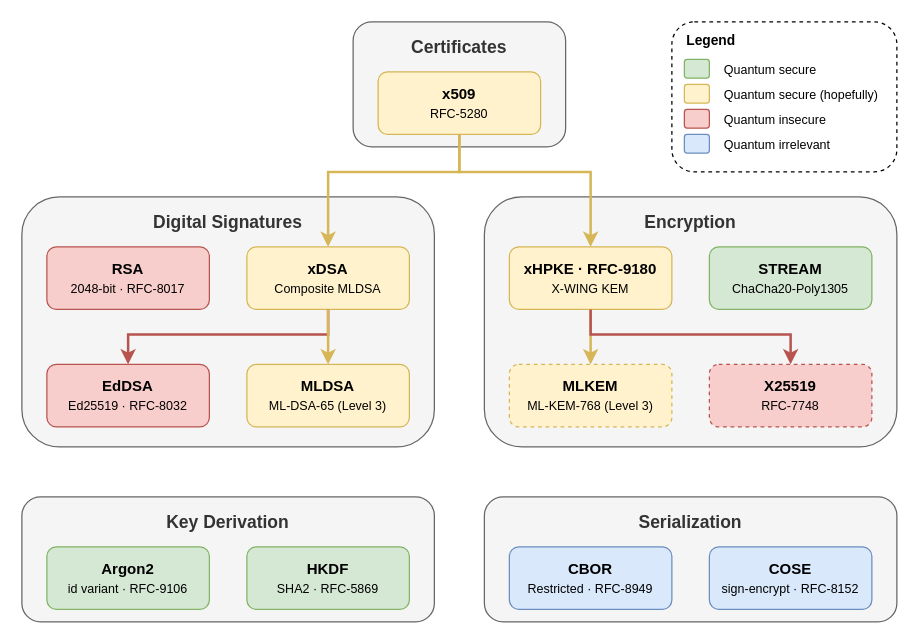
The draw.io diagram docs/overview.drawio in dark-bio/crypto-rs, before the edit. Source tidied: cells renumbered, new cells numbered last; positions are measured from the earlier drawing's top-left corner, leaving out a move shared by most shapes. Both pictures are drawn from the tidied source at 125%, with x=0, y=0 at pixel (21, 21).
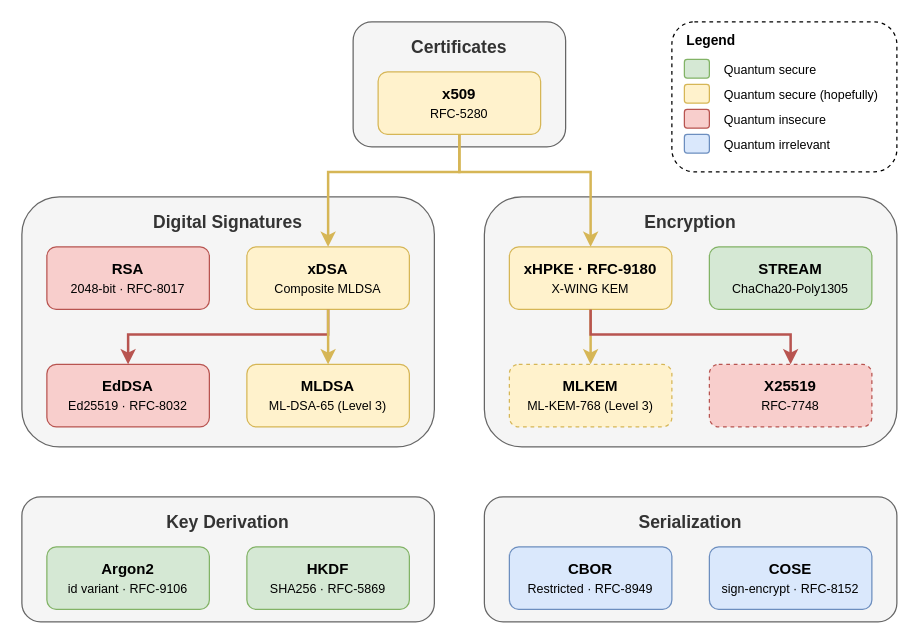
After the change.

Commit message (it also covers changes not shown here):
docs: fix diagram, switch HPKE from SHA2 to SHA256

Diff of the diagram source:
```diff
@@
-    <mxCell id="34" value="&lt;b&gt;HKDF&lt;/b&gt;&lt;br&gt;&lt;span style=&quot;font-size: 10px;&quot;&gt;SHA2&lt;/span&gt;&lt;span style=&quot;font-size: 10px;&quot;&gt;&amp;nbsp;·&amp;nbsp;&lt;/span&gt;&lt;span style=&quot;font-size: 10px;&quot;&gt;RFC-5869&lt;/span&gt;" style="rounded=1;whiteSpace=wrap;html=1;fillColor=#d5e8d4;strokeColor=#82b366;shadow=0;" parent="1" vertex="1">
+    <mxCell id="34" value="&lt;b&gt;HKDF&lt;/b&gt;&lt;br&gt;&lt;span style=&quot;font-size: 10px;&quot;&gt;SHA256&lt;/span&gt;&lt;span style=&quot;font-size: 10px;&quot;&gt;&amp;nbsp;·&amp;nbsp;&lt;/span&gt;&lt;span style=&quot;font-size: 10px;&quot;&gt;RFC-5869&lt;/span&gt;" style="rounded=1;whiteSpace=wrap;html=1;fillColor=#d5e8d4;strokeColor=#82b366;shadow=0;" parent="1" vertex="1">
       <mxGeometry x="180" y="420" width="130" height="50" as="geometry" />
     </mxCell>
```
